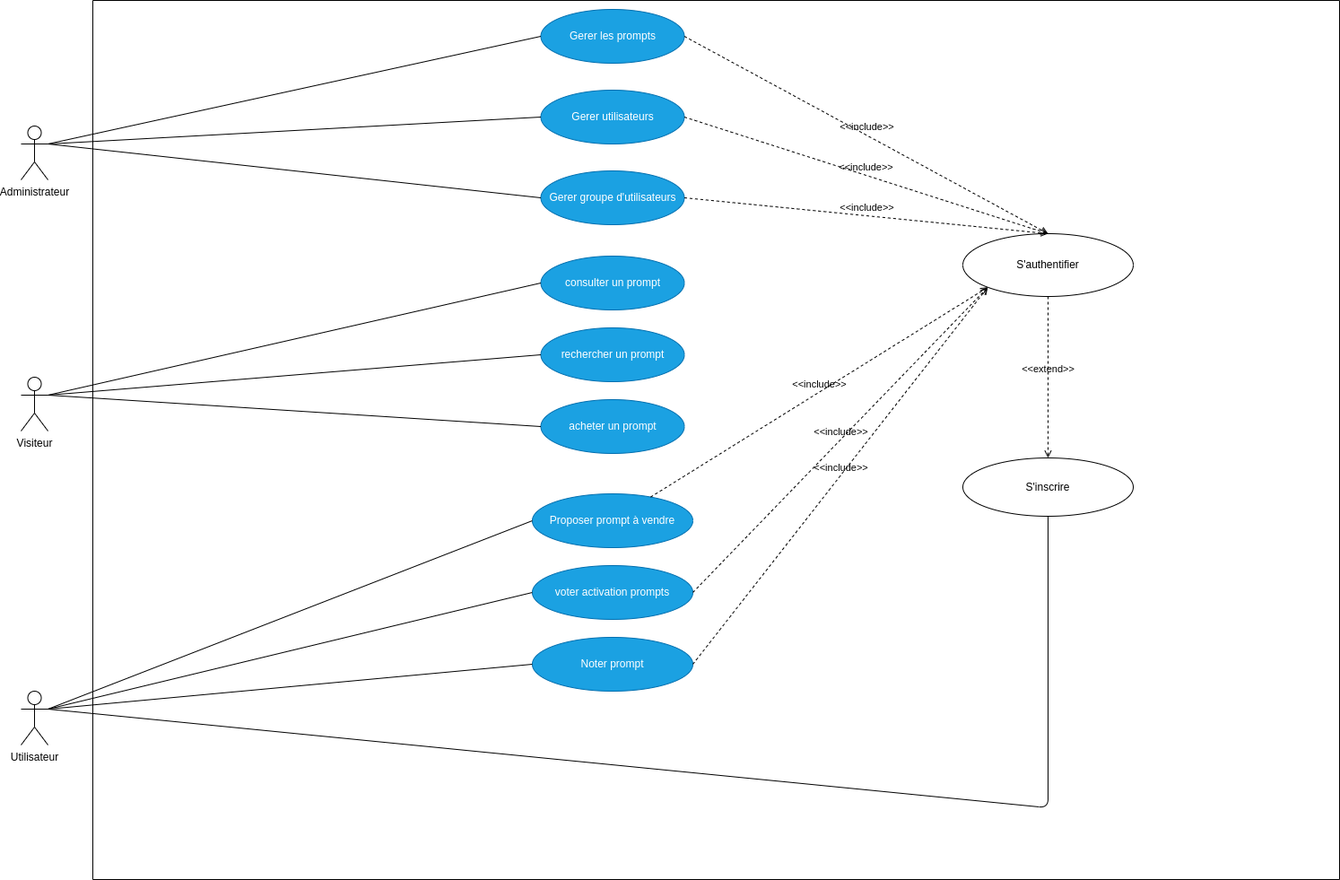
Before: projetAPI.png, a diagram exported from draw.io (ibouddha/ProjetAPI.github.io). Source tidied: cells renumbered, new cells last; positions are measured from the earlier drawing's top-left corner, leaving out a move shared by most shapes. Its diagram source:
```xml
<mxGraphModel>
  <root>
    <mxCell id="0" />
    <mxCell id="1" parent="0" />
    <mxCell id="2" value="Administrateur" style="shape=umlActor;verticalLabelPosition=bottom;verticalAlign=top;html=1;outlineConnect=0;" parent="1" vertex="1">
      <mxGeometry y="140" width="30" height="60" as="geometry" />
    </mxCell>
    <mxCell id="3" style="swimlane;startSize=0;" parent="1" vertex="1">
      <mxGeometry x="80" width="1390" height="980" as="geometry" />
    </mxCell>
    <mxCell id="4" value="Gerer les prompts" style="ellipse;whiteSpace=wrap;html=1;fillColor=#1ba1e2;fontColor=#ffffff;strokeColor=#006EAF;" parent="3" vertex="1">
      <mxGeometry x="499.5" y="10" width="160" height="60" as="geometry" />
    </mxCell>
    <mxCell id="5" value="S'authentifier" style="ellipse;whiteSpace=wrap;html=1;" parent="3" vertex="1">
      <mxGeometry x="970" y="260" width="190" height="70" as="geometry" />
    </mxCell>
    <mxCell id="6" value="&amp;lt;&amp;lt;include&amp;gt;&amp;gt;" style="html=1;verticalAlign=bottom;labelBackgroundColor=none;endArrow=open;endFill=0;dashed=1;exitX=1;exitY=0.5;exitDx=0;exitDy=0;entryX=0.5;entryY=0;entryDx=0;entryDy=0;" parent="3" edge="1" source="4" target="5">
      <mxGeometry relative="1" as="geometry" />
    </mxCell>
    <mxCell id="7" value="Gerer utilisateurs" style="ellipse;whiteSpace=wrap;html=1;fillColor=#1ba1e2;fontColor=#ffffff;strokeColor=#006EAF;" parent="3" vertex="1">
      <mxGeometry x="499.5" y="100" width="160" height="60" as="geometry" />
    </mxCell>
    <mxCell id="8" value="Gerer groupe d'utilisateurs" style="ellipse;whiteSpace=wrap;html=1;fillColor=#1ba1e2;fontColor=#ffffff;strokeColor=#006EAF;" parent="3" vertex="1">
      <mxGeometry x="499.5" y="190" width="160" height="60" as="geometry" />
    </mxCell>
    <mxCell id="9" value="&amp;lt;&amp;lt;include&amp;gt;&amp;gt;" style="html=1;verticalAlign=bottom;labelBackgroundColor=none;endArrow=open;endFill=0;dashed=1;exitX=1;exitY=0.5;exitDx=0;exitDy=0;entryX=0.5;entryY=0;entryDx=0;entryDy=0;" parent="3" edge="1" source="7" target="5">
      <mxGeometry relative="1" as="geometry" />
    </mxCell>
    <mxCell id="10" value="&amp;lt;&amp;lt;include&amp;gt;&amp;gt;" style="html=1;verticalAlign=bottom;labelBackgroundColor=none;endArrow=open;endFill=0;dashed=1;exitX=1;exitY=0.5;exitDx=0;exitDy=0;entryX=0.5;entryY=0;entryDx=0;entryDy=0;" parent="3" edge="1" source="8" target="5">
      <mxGeometry relative="1" as="geometry" />
    </mxCell>
    <mxCell id="11" value="S'inscrire" style="ellipse;whiteSpace=wrap;html=1;" parent="3" vertex="1">
      <mxGeometry x="970" y="510" width="190" height="65" as="geometry" />
    </mxCell>
    <mxCell id="12" value="&amp;lt;&amp;lt;extend&amp;gt;&amp;gt;" style="html=1;verticalAlign=bottom;labelBackgroundColor=none;endArrow=open;endFill=0;dashed=1;entryX=0.5;entryY=0;entryDx=0;entryDy=0;exitX=0.5;exitY=1;exitDx=0;exitDy=0;" parent="3" edge="1" source="5" target="11">
      <mxGeometry relative="1" as="geometry" />
    </mxCell>
    <mxCell id="13" value="Proposer prompt à vendre" style="ellipse;whiteSpace=wrap;html=1;fillColor=#1ba1e2;fontColor=#ffffff;strokeColor=#006EAF;" parent="3" vertex="1">
      <mxGeometry x="490" y="550" width="179" height="60" as="geometry" />
    </mxCell>
    <mxCell id="14" value="&amp;lt;&amp;lt;include&amp;gt;&amp;gt;" style="html=1;verticalAlign=bottom;labelBackgroundColor=none;endArrow=open;endFill=0;dashed=1;entryX=0;entryY=1;entryDx=0;entryDy=0;" parent="3" edge="1" source="13" target="5">
      <mxGeometry relative="1" as="geometry" />
    </mxCell>
    <mxCell id="15" value="consulter un prompt" style="ellipse;whiteSpace=wrap;html=1;fillColor=#1ba1e2;fontColor=#ffffff;strokeColor=#006EAF;" parent="3" vertex="1">
      <mxGeometry x="499.5" y="285" width="160" height="60" as="geometry" />
    </mxCell>
    <mxCell id="16" value="rechercher un prompt" style="ellipse;whiteSpace=wrap;html=1;fillColor=#1ba1e2;fontColor=#ffffff;strokeColor=#006EAF;" parent="3" vertex="1">
      <mxGeometry x="499.5" y="365" width="160" height="60" as="geometry" />
    </mxCell>
    <mxCell id="17" value="acheter un prompt" style="ellipse;whiteSpace=wrap;html=1;fillColor=#1ba1e2;fontColor=#ffffff;strokeColor=#006EAF;" parent="3" vertex="1">
      <mxGeometry x="499.5" y="445" width="160" height="60" as="geometry" />
    </mxCell>
    <mxCell id="18" value="voter activation prompts" style="ellipse;whiteSpace=wrap;html=1;fillColor=#1ba1e2;fontColor=#ffffff;strokeColor=#006EAF;" parent="3" vertex="1">
      <mxGeometry x="490" y="630" width="179" height="60" as="geometry" />
    </mxCell>
    <mxCell id="19" value="Noter prompt" style="ellipse;whiteSpace=wrap;html=1;fillColor=#1ba1e2;fontColor=#ffffff;strokeColor=#006EAF;" parent="3" vertex="1">
      <mxGeometry x="490" y="710" width="179" height="60" as="geometry" />
    </mxCell>
    <mxCell id="20" value="&amp;lt;&amp;lt;include&amp;gt;&amp;gt;" style="html=1;verticalAlign=bottom;labelBackgroundColor=none;endArrow=open;endFill=0;dashed=1;exitX=1;exitY=0.5;exitDx=0;exitDy=0;entryX=0;entryY=1;entryDx=0;entryDy=0;" parent="3" edge="1" source="19" target="5">
      <mxGeometry relative="1" as="geometry" />
    </mxCell>
    <mxCell id="21" value="&amp;lt;&amp;lt;include&amp;gt;&amp;gt;" style="html=1;verticalAlign=bottom;labelBackgroundColor=none;endArrow=open;endFill=0;dashed=1;exitX=1;exitY=0.5;exitDx=0;exitDy=0;entryX=0;entryY=1;entryDx=0;entryDy=0;" parent="3" edge="1" source="18" target="5">
      <mxGeometry relative="1" as="geometry" />
    </mxCell>
    <mxCell id="22" value="Visiteur" style="shape=umlActor;verticalLabelPosition=bottom;verticalAlign=top;html=1;outlineConnect=0;" parent="1" vertex="1">
      <mxGeometry y="420" width="30" height="60" as="geometry" />
    </mxCell>
    <mxCell id="23" value="Utilisateur" style="shape=umlActor;verticalLabelPosition=bottom;verticalAlign=top;html=1;outlineConnect=0;" parent="1" vertex="1">
      <mxGeometry y="770" width="30" height="60" as="geometry" />
    </mxCell>
    <mxCell id="24" style="endArrow=none;html=1;entryX=0;entryY=0.5;entryDx=0;entryDy=0;exitX=1;exitY=0.3333333333333333;exitDx=0;exitDy=0;exitPerimeter=0;" parent="1" edge="1" source="2" target="4">
      <mxGeometry relative="1" as="geometry" />
    </mxCell>
    <mxCell id="25" style="endArrow=none;html=1;entryX=0;entryY=0.5;entryDx=0;entryDy=0;exitX=1;exitY=0.3333333333333333;exitDx=0;exitDy=0;exitPerimeter=0;" parent="1" edge="1" source="2" target="7">
      <mxGeometry relative="1" as="geometry" />
    </mxCell>
    <mxCell id="26" style="endArrow=none;html=1;entryX=0;entryY=0.5;entryDx=0;entryDy=0;exitX=1;exitY=0.3333333333333333;exitDx=0;exitDy=0;exitPerimeter=0;" parent="1" edge="1" source="2" target="8">
      <mxGeometry relative="1" as="geometry" />
    </mxCell>
    <mxCell id="27" style="endArrow=none;html=1;entryX=0.5;entryY=1;entryDx=0;entryDy=0;exitX=1;exitY=0.3333333333333333;exitDx=0;exitDy=0;exitPerimeter=0;" parent="1" edge="1" source="23" target="11">
      <mxGeometry relative="1" as="geometry">
        <Array as="points">
          <mxPoint x="1145" y="900" />
        </Array>
      </mxGeometry>
    </mxCell>
    <mxCell id="28" style="endArrow=none;html=1;entryX=0;entryY=0.5;entryDx=0;entryDy=0;exitX=1;exitY=0.3333333333333333;exitDx=0;exitDy=0;exitPerimeter=0;" parent="1" edge="1" source="23" target="13">
      <mxGeometry relative="1" as="geometry" />
    </mxCell>
    <mxCell id="29" style="endArrow=none;html=1;entryX=0;entryY=0.5;entryDx=0;entryDy=0;exitX=1;exitY=0.3333333333333333;exitDx=0;exitDy=0;exitPerimeter=0;" parent="1" edge="1" source="22" target="15">
      <mxGeometry relative="1" as="geometry" />
    </mxCell>
    <mxCell id="30" style="endArrow=none;html=1;entryX=0;entryY=0.5;entryDx=0;entryDy=0;exitX=1;exitY=0.3333333333333333;exitDx=0;exitDy=0;exitPerimeter=0;" parent="1" edge="1" source="22" target="16">
      <mxGeometry relative="1" as="geometry" />
    </mxCell>
    <mxCell id="31" style="endArrow=none;html=1;entryX=0;entryY=0.5;entryDx=0;entryDy=0;exitX=1;exitY=0.3333333333333333;exitDx=0;exitDy=0;exitPerimeter=0;" parent="1" edge="1" source="22" target="17">
      <mxGeometry relative="1" as="geometry" />
    </mxCell>
    <mxCell id="32" style="endArrow=none;html=1;entryX=0;entryY=0.5;entryDx=0;entryDy=0;" parent="1" edge="1" target="18">
      <mxGeometry relative="1" as="geometry">
        <mxPoint x="30" y="790" as="sourcePoint" />
      </mxGeometry>
    </mxCell>
    <mxCell id="33" style="endArrow=none;html=1;entryX=0;entryY=0.5;entryDx=0;entryDy=0;exitX=1;exitY=0.3333333333333333;exitDx=0;exitDy=0;exitPerimeter=0;" parent="1" edge="1" source="23" target="19">
      <mxGeometry relative="1" as="geometry" />
    </mxCell>
  </root>
</mxGraphModel>
```
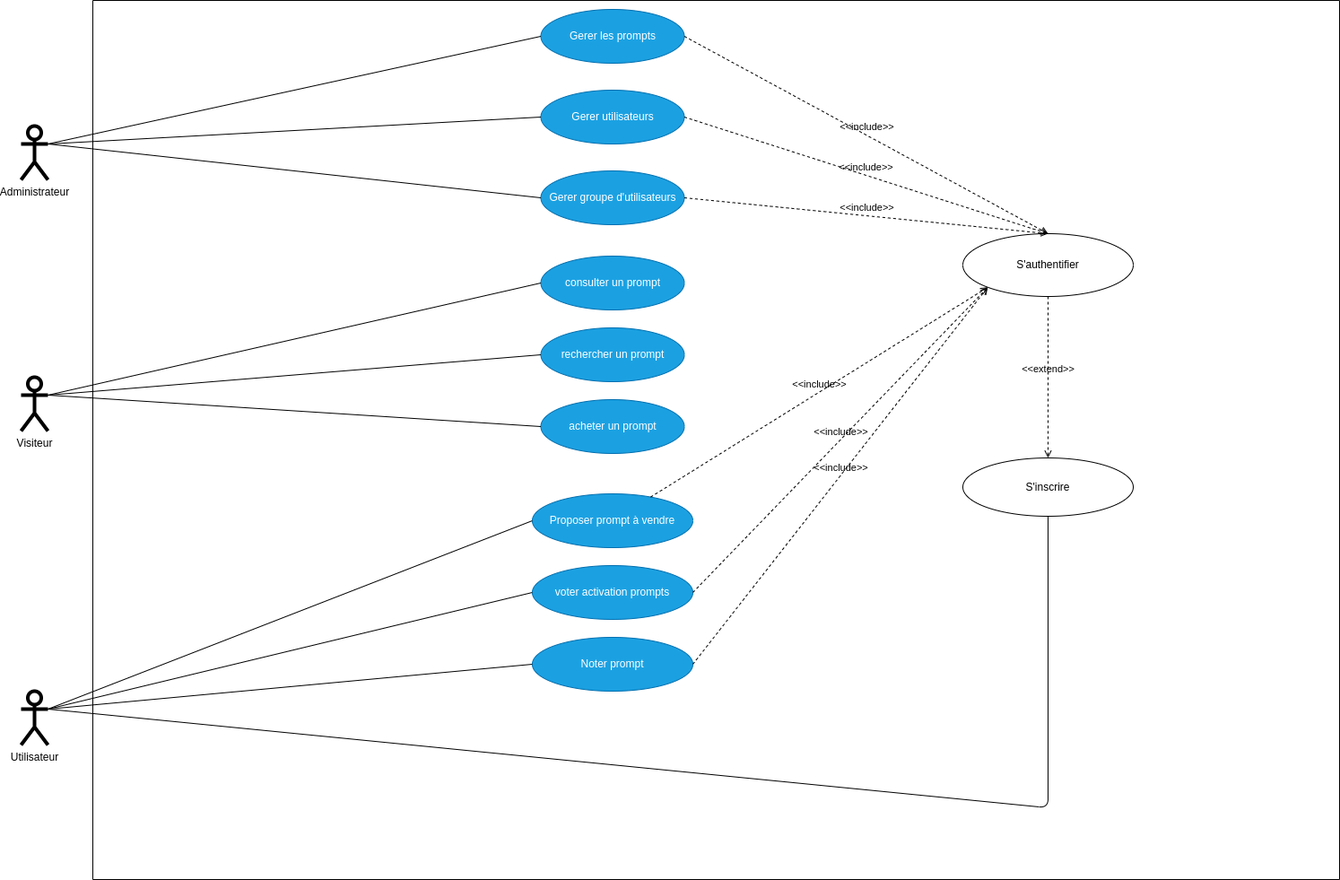
Later version of the same file.

Diff of the diagram source:
```diff
@@ -2,7 +2,7 @@
   <root>
     <mxCell id="0" />
     <mxCell id="1" parent="0" />
-    <mxCell id="2" value="Administrateur" style="shape=umlActor;verticalLabelPosition=bottom;verticalAlign=top;html=1;outlineConnect=0;" parent="1" vertex="1">
+    <mxCell id="2" value="Administrateur" style="shape=umlActor;verticalLabelPosition=bottom;verticalAlign=top;html=1;outlineConnect=0;strokeWidth=4;" parent="1" vertex="1">
       <mxGeometry y="140" width="30" height="60" as="geometry" />
     </mxCell>
     <mxCell id="3" style="swimlane;startSize=0;" parent="1" vertex="1">
@@ -62,10 +62,10 @@
     <mxCell id="21" value="&amp;lt;&amp;lt;include&amp;gt;&amp;gt;" style="html=1;verticalAlign=bottom;labelBackgroundColor=none;endArrow=open;endFill=0;dashed=1;exitX=1;exitY=0.5;exitDx=0;exitDy=0;entryX=0;entryY=1;entryDx=0;entryDy=0;" parent="3" edge="1" source="18" target="5">
       <mxGeometry relative="1" as="geometry" />
     </mxCell>
-    <mxCell id="22" value="Visiteur" style="shape=umlActor;verticalLabelPosition=bottom;verticalAlign=top;html=1;outlineConnect=0;" parent="1" vertex="1">
+    <mxCell id="22" value="Visiteur" style="shape=umlActor;verticalLabelPosition=bottom;verticalAlign=top;html=1;outlineConnect=0;strokeWidth=4;" parent="1" vertex="1">
       <mxGeometry y="420" width="30" height="60" as="geometry" />
     </mxCell>
-    <mxCell id="23" value="Utilisateur" style="shape=umlActor;verticalLabelPosition=bottom;verticalAlign=top;html=1;outlineConnect=0;" parent="1" vertex="1">
+    <mxCell id="23" value="Utilisateur" style="shape=umlActor;verticalLabelPosition=bottom;verticalAlign=top;html=1;outlineConnect=0;strokeWidth=4;" parent="1" vertex="1">
       <mxGeometry y="770" width="30" height="60" as="geometry" />
     </mxCell>
     <mxCell id="24" style="endArrow=none;html=1;entryX=0;entryY=0.5;entryDx=0;entryDy=0;exitX=1;exitY=0.3333333333333333;exitDx=0;exitDy=0;exitPerimeter=0;" parent="1" edge="1" source="2" target="4">
```
